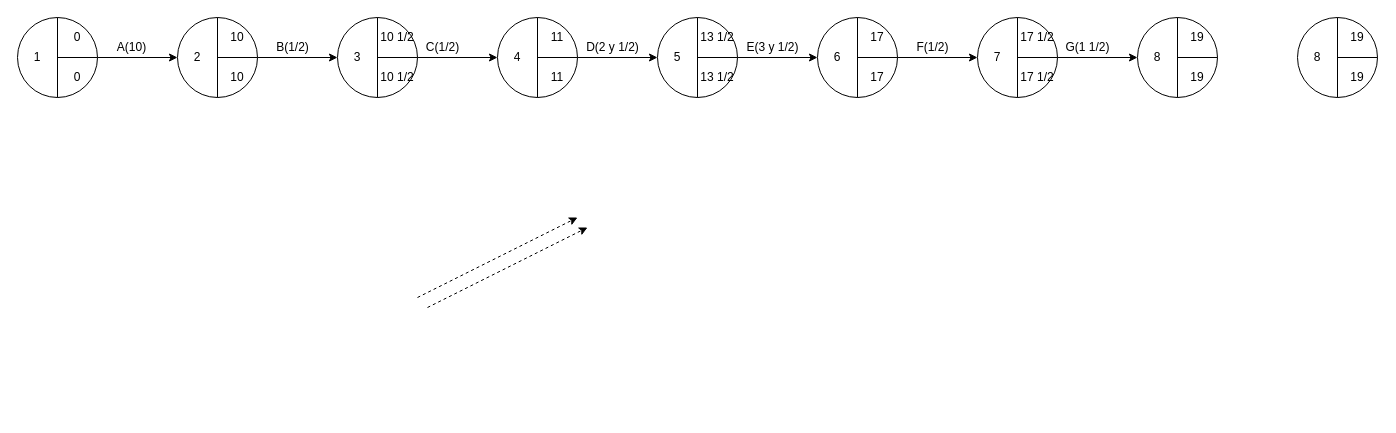
Luchit0-afk/Diagramas keeps this draw.io diagram as IngenieriaSoftware/Practica2/ej6.drawio. Above is the earlier version. Source tidied: cells renumbered, new cells numbered last; positions are measured from the earlier drawing's top-left corner, leaving out a move shared by most shapes. Both pictures are drawn from the tidied source at 100%, with x=0, y=0 at pixel (17, 17).
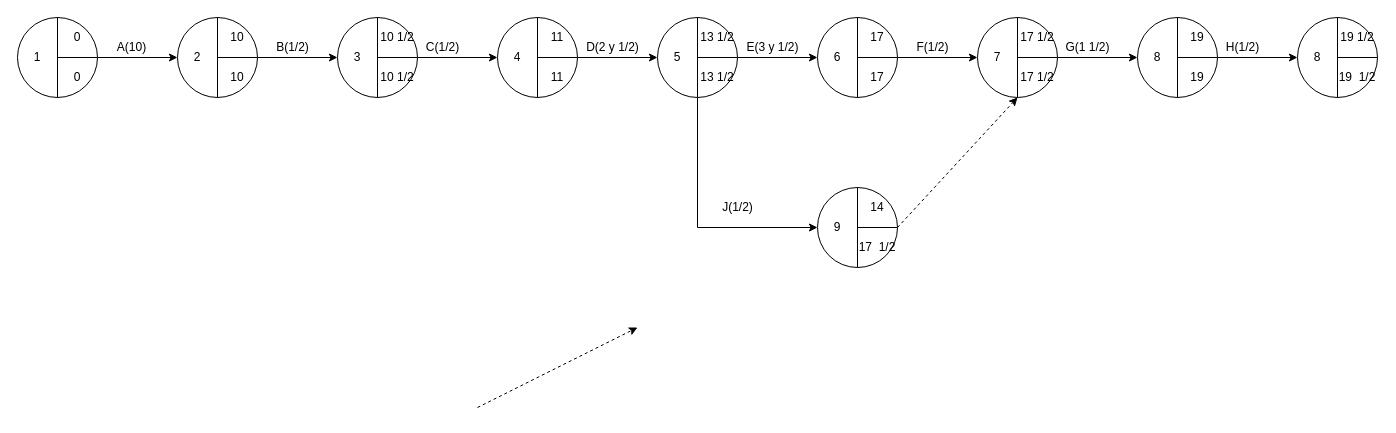
Above is the later version.

Unchanged cells that the change refers to:
```xml
<mxCell id="4" style="ellipse;whiteSpace=wrap;html=1;" parent="1" vertex="1">
  <mxGeometry x="1120" width="80" height="80" as="geometry" />
</mxCell>
<mxCell id="39" style="ellipse;whiteSpace=wrap;html=1;" parent="1" vertex="1">
  <mxGeometry x="640" width="80" height="80" as="geometry" />
</mxCell>
<mxCell id="69" value="8" style="text;html=1;strokeColor=none;fillColor=none;align=center;verticalAlign=middle;whiteSpace=wrap;rounded=0;" parent="1" vertex="1">
  <mxGeometry x="1280" y="30" width="40" height="20" as="geometry" />
</mxCell>
```

The edit, as a diff of the source:
```diff
@@
-    <mxCell id="2" style="html=1;labelBackgroundColor=#ffffff;startArrow=none;startFill=0;startSize=6;endArrow=classic;endFill=1;endSize=6;jettySize=auto;orthogonalLoop=1;strokeWidth=1;dashed=1;fontSize=14;exitX=0.5;exitY=0;exitDx=0;exitDy=0;" parent="1" edge="1">
+    <mxCell id="2" style="html=1;labelBackgroundColor=#ffffff;startArrow=none;startFill=0;startSize=6;endArrow=classic;endFill=1;endSize=6;jettySize=auto;orthogonalLoop=1;strokeWidth=1;dashed=1;fontSize=14;" parent="1" edge="1">
       <mxGeometry relative="1" as="geometry">
-        <mxPoint x="400" y="280" as="sourcePoint" />
-        <mxPoint x="560" y="200" as="targetPoint" />
+        <mxPoint x="880" y="210" as="sourcePoint" />
+        <mxPoint x="1000" y="80" as="targetPoint" />
       </mxGeometry>
     </mxCell>
     <mxCell id="3" style="html=1;labelBackgroundColor=#ffffff;startArrow=none;startFill=0;startSize=6;endArrow=classic;endFill=1;endSize=6;jettySize=auto;orthogonalLoop=1;strokeWidth=1;dashed=1;fontSize=14;exitX=0.5;exitY=0;exitDx=0;exitDy=0;" parent="1" edge="1">
       <mxGeometry relative="1" as="geometry">
-        <mxPoint x="410" y="290" as="sourcePoint" />
-        <mxPoint x="570" y="210" as="targetPoint" />
+        <mxPoint x="460" y="390" as="sourcePoint" />
+        <mxPoint x="620" y="310" as="targetPoint" />
       </mxGeometry>
     </mxCell>
+    <mxCell id="72" style="edgeStyle=orthogonalEdgeStyle;rounded=0;jettySize=auto;html=1;" parent="1" edge="1" source="4" target="69">
+      <mxGeometry relative="1" as="geometry" />
+    </mxCell>
@@
+    <mxCell id="73" style="edgeStyle=orthogonalEdgeStyle;rounded=0;jettySize=auto;html=1;exitX=0.5;exitY=1;exitDx=0;exitDy=0;entryX=0;entryY=0.5;entryDx=0;entryDy=0;" parent="1" edge="1" source="39" target="78">
+      <mxGeometry relative="1" as="geometry" />
+    </mxCell>
@@
-    <mxCell id="70" value="19" style="text;html=1;strokeColor=none;fillColor=none;align=center;verticalAlign=middle;whiteSpace=wrap;rounded=0;" parent="1" vertex="1">
+    <mxCell id="70" value="19 1/2" style="text;html=1;strokeColor=none;fillColor=none;align=center;verticalAlign=middle;whiteSpace=wrap;rounded=0;" parent="1" vertex="1">
       <mxGeometry x="1320" y="10" width="40" height="20" as="geometry" />
     </mxCell>
-    <mxCell id="71" value="19" style="text;html=1;strokeColor=none;fillColor=none;align=center;verticalAlign=middle;whiteSpace=wrap;rounded=0;" parent="1" vertex="1">
+    <mxCell id="71" value="19&amp;nbsp;&amp;nbsp;1/2" style="text;html=1;strokeColor=none;fillColor=none;align=center;verticalAlign=middle;whiteSpace=wrap;rounded=0;" parent="1" vertex="1">
       <mxGeometry x="1320" y="50" width="40" height="20" as="geometry" />
     </mxCell>
+    <mxCell id="74" value="H(1/2)" style="text;html=1;align=center;verticalAlign=middle;strokeColor=none;fillColor=none;" parent="1" vertex="1">
+      <mxGeometry x="1200" y="20" width="50" height="20" as="geometry" />
+    </mxCell>
+    <mxCell id="75" style="ellipse;whiteSpace=wrap;html=1;" parent="1" vertex="1">
+      <mxGeometry x="800" y="170" width="80" height="80" as="geometry" />
+    </mxCell>
+    <mxCell id="76" style="endArrow=none;html=1;exitX=0.5;exitY=1;exitDx=0;exitDy=0;entryX=0.5;entryY=0;entryDx=0;entryDy=0;" parent="1" edge="1" source="75" target="75">
+      <mxGeometry relative="1" as="geometry" />
+    </mxCell>
+    <mxCell id="77" style="endArrow=none;html=1;exitX=1;exitY=0.5;exitDx=0;exitDy=0;" parent="1" edge="1" source="75">
+      <mxGeometry relative="1" as="geometry">
+        <mxPoint x="840" y="210" as="targetPoint" />
+      </mxGeometry>
+    </mxCell>
+    <mxCell id="78" value="9" style="text;html=1;strokeColor=none;fillColor=none;align=center;verticalAlign=middle;whiteSpace=wrap;rounded=0;" parent="1" vertex="1">
+      <mxGeometry x="800" y="200" width="40" height="20" as="geometry" />
+    </mxCell>
+    <mxCell id="79" value="14" style="text;html=1;strokeColor=none;fillColor=none;align=center;verticalAlign=middle;whiteSpace=wrap;rounded=0;" parent="1" vertex="1">
+      <mxGeometry x="840" y="180" width="40" height="20" as="geometry" />
+    </mxCell>
+    <mxCell id="80" value="17&amp;nbsp; 1/2" style="text;html=1;strokeColor=none;fillColor=none;align=center;verticalAlign=middle;whiteSpace=wrap;rounded=0;" parent="1" vertex="1">
+      <mxGeometry x="840" y="220" width="40" height="20" as="geometry" />
+    </mxCell>
+    <mxCell id="81" value="J(1/2)" style="text;html=1;align=center;verticalAlign=middle;strokeColor=none;fillColor=none;" parent="1" vertex="1">
+      <mxGeometry x="695" y="180" width="50" height="20" as="geometry" />
+    </mxCell>
```
